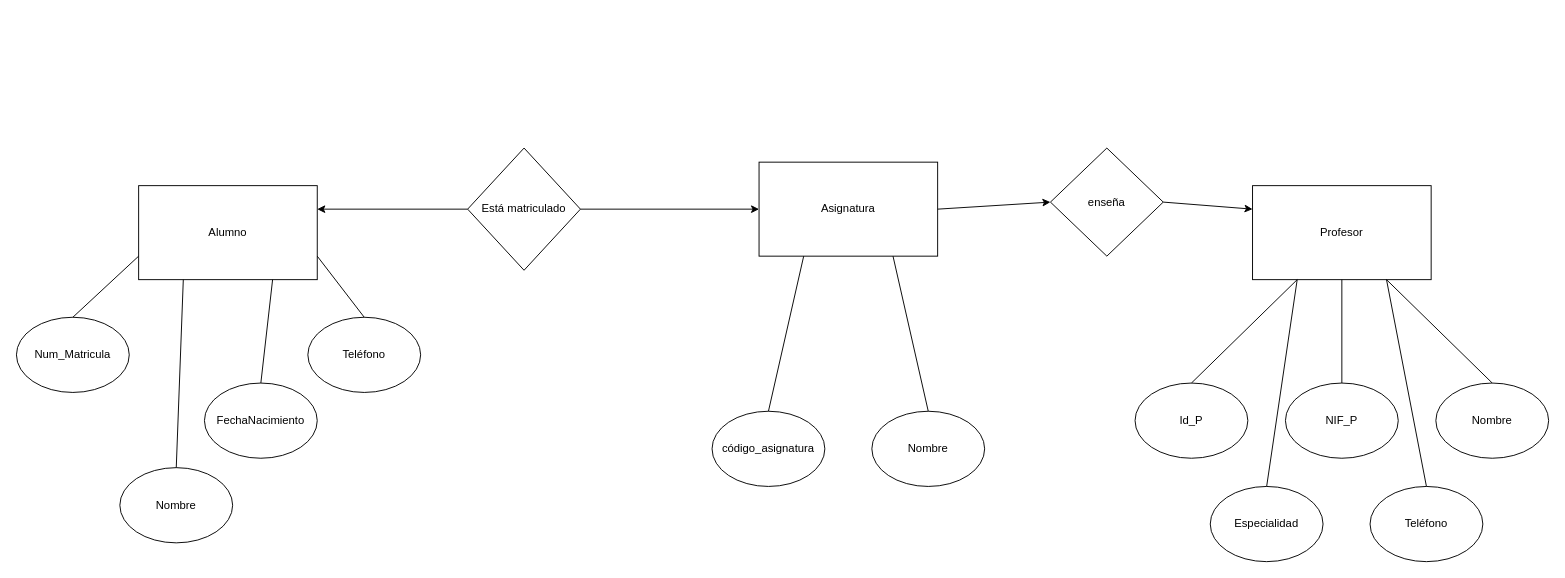
The draw.io diagram page "Página-1" (1 of 2) of TP1ex2.drawio in lopezsolcode/MyPortfolio, before the edit. Source tidied: cells renumbered, new cells numbered last; positions are measured from the earlier drawing's top-left corner, leaving out a move shared by most shapes. Both pictures are drawn from the tidied source at 94%, with x=0, y=0 at pixel (16, 148).
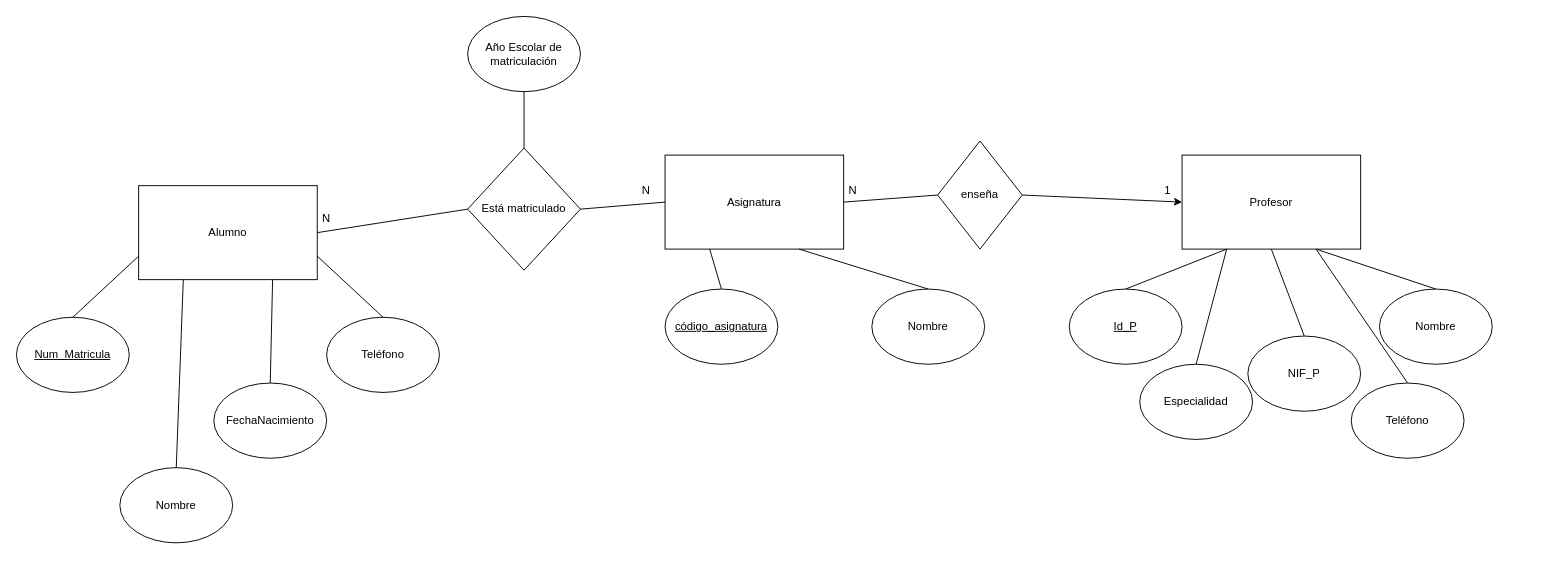
The same diagram, later.

The change refers to these unchanged cells:
```xml
<mxCell id="2" value="Alumno" style="rounded=0;whiteSpace=wrap;html=1;" parent="1" vertex="1">
  <mxGeometry x="130" y="40" width="190" height="100" as="geometry" />
</mxCell>
<mxCell id="27" value="Está matriculado" style="rhombus;whiteSpace=wrap;html=1;" parent="1" vertex="1">
  <mxGeometry x="480" width="120" height="130" as="geometry" />
</mxCell>
```

Change to the diagram source:
```diff
@@
     <mxCell id="3" value="Asignatura" style="rounded=0;whiteSpace=wrap;html=1;" parent="1" vertex="1">
-      <mxGeometry x="790" y="15" width="190" height="100" as="geometry" />
+      <mxGeometry x="690" y="7.5" width="190" height="100" as="geometry" />
     </mxCell>
     <mxCell id="4" value="Profesor" style="rounded=0;whiteSpace=wrap;html=1;" parent="1" vertex="1">
-      <mxGeometry x="1315" y="40" width="190" height="100" as="geometry" />
+      <mxGeometry x="1240" y="7.5" width="190" height="100" as="geometry" />
     </mxCell>
-    <mxCell id="5" value="Num_Matricula" style="ellipse;whiteSpace=wrap;html=1;" parent="1" vertex="1">
+    <mxCell id="5" value="&lt;u&gt;Num_Matricula&lt;/u&gt;" style="ellipse;whiteSpace=wrap;html=1;" parent="1" vertex="1">
       <mxGeometry y="180" width="120" height="80" as="geometry" />
     </mxCell>
@@
     <mxCell id="7" value="FechaNacimiento" style="ellipse;whiteSpace=wrap;html=1;" parent="1" vertex="1">
-      <mxGeometry x="200" y="250" width="120" height="80" as="geometry" />
+      <mxGeometry x="210" y="250" width="120" height="80" as="geometry" />
     </mxCell>
     <mxCell id="8" value="Teléfono" style="ellipse;whiteSpace=wrap;html=1;" parent="1" vertex="1">
-      <mxGeometry x="310" y="180" width="120" height="80" as="geometry" />
+      <mxGeometry x="330" y="180" width="120" height="80" as="geometry" />
     </mxCell>
-    <mxCell id="9" value="código_asignatura" style="ellipse;whiteSpace=wrap;html=1;" parent="1" vertex="1">
-      <mxGeometry x="740" y="280" width="120" height="80" as="geometry" />
+    <mxCell id="9" value="&lt;u&gt;código_asignatura&lt;/u&gt;" style="ellipse;whiteSpace=wrap;html=1;" parent="1" vertex="1">
+      <mxGeometry x="690" y="150" width="120" height="80" as="geometry" />
     </mxCell>
     <mxCell id="10" value="Nombre" style="ellipse;whiteSpace=wrap;html=1;" parent="1" vertex="1">
-      <mxGeometry x="910" y="280" width="120" height="80" as="geometry" />
+      <mxGeometry x="910" y="150" width="120" height="80" as="geometry" />
     </mxCell>
-    <mxCell id="11" value="Id_P" style="ellipse;whiteSpace=wrap;html=1;" parent="1" vertex="1">
-      <mxGeometry x="1190" y="250" width="120" height="80" as="geometry" />
+    <mxCell id="11" value="&lt;u&gt;Id_P&lt;/u&gt;" style="ellipse;whiteSpace=wrap;html=1;" parent="1" vertex="1">
+      <mxGeometry x="1120" y="150" width="120" height="80" as="geometry" />
     </mxCell>
     <mxCell id="12" value="NIF_P" style="ellipse;whiteSpace=wrap;html=1;" parent="1" vertex="1">
-      <mxGeometry x="1350" y="250" width="120" height="80" as="geometry" />
+      <mxGeometry x="1310" y="200" width="120" height="80" as="geometry" />
     </mxCell>
     <mxCell id="13" value="Nombre" style="ellipse;whiteSpace=wrap;html=1;" parent="1" vertex="1">
-      <mxGeometry x="1510" y="250" width="120" height="80" as="geometry" />
+      <mxGeometry x="1450" y="150" width="120" height="80" as="geometry" />
     </mxCell>
     <mxCell id="14" value="Especialidad" style="ellipse;whiteSpace=wrap;html=1;" parent="1" vertex="1">
-      <mxGeometry x="1270" y="360" width="120" height="80" as="geometry" />
+      <mxGeometry x="1195" y="230" width="120" height="80" as="geometry" />
     </mxCell>
     <mxCell id="15" value="Teléfono" style="ellipse;whiteSpace=wrap;html=1;" parent="1" vertex="1">
-      <mxGeometry x="1440" y="360" width="120" height="80" as="geometry" />
+      <mxGeometry x="1420" y="250" width="120" height="80" as="geometry" />
     </mxCell>
@@
     <mxCell id="28" value="enseña" style="rhombus;whiteSpace=wrap;html=1;" parent="1" vertex="1">
-      <mxGeometry x="1100" width="120" height="115" as="geometry" />
+      <mxGeometry x="980" y="-7.5" width="90" height="115" as="geometry" />
     </mxCell>
-    <mxCell id="29" style="endArrow=classic;html=1;rounded=0;entryX=1;entryY=0.25;entryDx=0;entryDy=0;exitX=0;exitY=0.5;exitDx=0;exitDy=0;" parent="1" edge="1" source="27" target="2">
-      <mxGeometry relative="1" as="geometry" />
-    </mxCell>
+    <mxCell id="33" value="N" style="text;html=1;align=center;verticalAlign=middle;whiteSpace=wrap;rounded=0;" parent="1" vertex="1">
+      <mxGeometry x="300" y="60" width="60" height="30" as="geometry" />
+    </mxCell>
+    <mxCell id="34" value="N" style="text;html=1;align=center;verticalAlign=middle;whiteSpace=wrap;rounded=0;" parent="1" vertex="1">
+      <mxGeometry x="640" y="30" width="60" height="30" as="geometry" />
+    </mxCell>
+    <mxCell id="35" value="Año Escolar de matriculación" style="ellipse;whiteSpace=wrap;html=1;" parent="1" vertex="1">
+      <mxGeometry x="480" y="-140" width="120" height="80" as="geometry" />
+    </mxCell>
+    <mxCell id="36" style="endArrow=none;html=1;rounded=0;entryX=0.5;entryY=1;entryDx=0;entryDy=0;exitX=0.5;exitY=0;exitDx=0;exitDy=0;" parent="1" edge="1" source="27" target="35">
+      <mxGeometry relative="1" as="geometry" />
+    </mxCell>
+    <mxCell id="37" style="endArrow=none;html=1;rounded=0;exitX=1;exitY=0.5;exitDx=0;exitDy=0;entryX=0;entryY=0.5;entryDx=0;entryDy=0;" parent="1" edge="1" source="2" target="27">
+      <mxGeometry relative="1" as="geometry" />
+    </mxCell>
-    <mxCell id="30" style="endArrow=classic;html=1;rounded=0;entryX=0;entryY=0.5;entryDx=0;entryDy=0;exitX=1;exitY=0.5;exitDx=0;exitDy=0;" parent="1" edge="1" source="27" target="3">
+    <mxCell id="30" style="endArrow=none;html=1;rounded=0;entryX=0;entryY=0.5;entryDx=0;entryDy=0;exitX=1;exitY=0.5;exitDx=0;exitDy=0;" parent="1" edge="1" source="27" target="3">
       <mxGeometry relative="1" as="geometry" />
     </mxCell>
-    <mxCell id="31" style="endArrow=classic;html=1;rounded=0;entryX=0;entryY=0.5;entryDx=0;entryDy=0;" parent="1" edge="1" target="28">
-      <mxGeometry relative="1" as="geometry">
-        <mxPoint x="980" y="65" as="sourcePoint" />
-      </mxGeometry>
-    </mxCell>
+    <mxCell id="38" style="endArrow=none;html=1;rounded=0;entryX=0;entryY=0.5;entryDx=0;entryDy=0;exitX=1;exitY=0.5;exitDx=0;exitDy=0;" parent="1" edge="1" source="3" target="28">
+      <mxGeometry relative="1" as="geometry" />
+    </mxCell>
-    <mxCell id="32" style="endArrow=classic;html=1;rounded=0;exitX=1;exitY=0.5;exitDx=0;exitDy=0;entryX=0;entryY=0.25;entryDx=0;entryDy=0;" parent="1" edge="1" source="28" target="4">
+    <mxCell id="32" style="endArrow=classic;html=1;rounded=0;exitX=1;exitY=0.5;exitDx=0;exitDy=0;entryX=0;entryY=0.5;entryDx=0;entryDy=0;" parent="1" edge="1" source="28" target="4">
       <mxGeometry relative="1" as="geometry" />
     </mxCell>
+    <mxCell id="39" value="N" style="text;html=1;align=center;verticalAlign=middle;whiteSpace=wrap;rounded=0;" parent="1" vertex="1">
+      <mxGeometry x="860" y="30" width="60" height="30" as="geometry" />
+    </mxCell>
+    <mxCell id="40" value="1" style="text;html=1;align=center;verticalAlign=middle;whiteSpace=wrap;rounded=0;" parent="1" vertex="1">
+      <mxGeometry x="1195" y="30" width="60" height="30" as="geometry" />
+    </mxCell>
```
